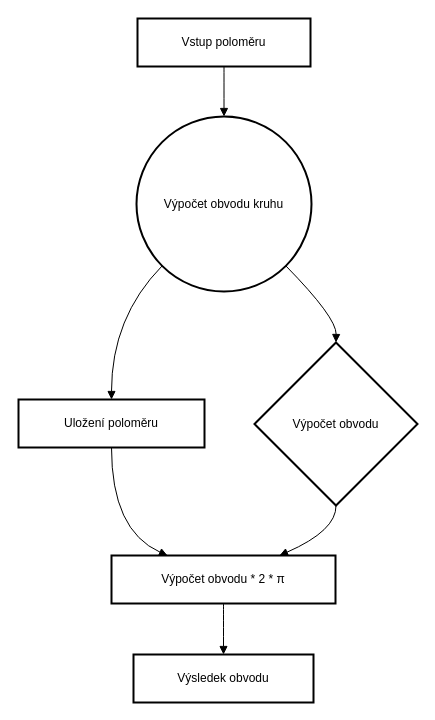
Above: Diagram bez názvu.drawio in hellotuba/diagrams (draw.io), before the change. Source tidied: cells renumbered, new cells numbered last; positions are measured from the earlier drawing's top-left corner, leaving out a move shared by most shapes. Both pictures are drawn from the tidied source at 100%, with x=0, y=0 at pixel (18, 18).
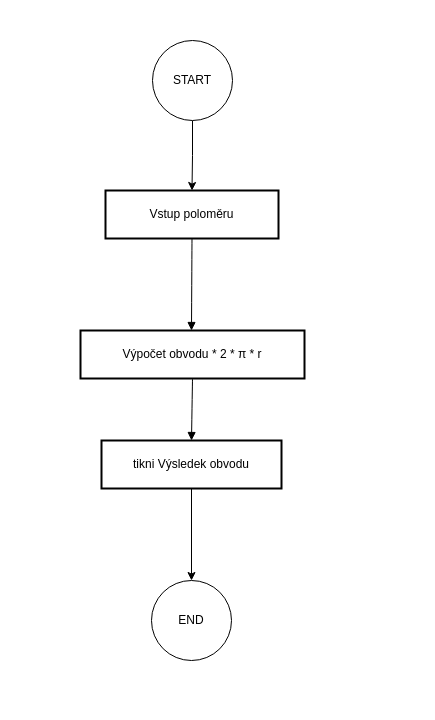
The same page after the edit.

The edit, as a diff of the source:
```diff
@@
 <mxGraphModel>
   <root>
     <mxCell id="0" />
     <mxCell id="1" parent="0" />
     <mxCell id="2" value="Vstup poloměru" style="whiteSpace=wrap;strokeWidth=2;" parent="1" vertex="1">
-      <mxGeometry x="119" width="173" height="48" as="geometry" />
+      <mxGeometry x="87" y="172" width="173" height="48" as="geometry" />
     </mxCell>
-    <mxCell id="3" value="Výpočet obvodu kruhu" style="ellipse;strokeWidth=2;whiteSpace=wrap;" parent="1" vertex="1">
-      <mxGeometry x="118" y="98" width="175" height="175" as="geometry" />
-    </mxCell>
-    <mxCell id="4" value="Uložení poloměru" style="whiteSpace=wrap;strokeWidth=2;" parent="1" vertex="1">
-      <mxGeometry y="381" width="186" height="48" as="geometry" />
-    </mxCell>
-    <mxCell id="5" value="Výpočet obvodu" style="rhombus;strokeWidth=2;whiteSpace=wrap;" parent="1" vertex="1">
-      <mxGeometry x="236" y="324" width="163" height="163" as="geometry" />
-    </mxCell>
-    <mxCell id="6" value="Výpočet obvodu * 2 * π" style="whiteSpace=wrap;strokeWidth=2;" parent="1" vertex="1">
-      <mxGeometry x="93" y="537" width="224" height="48" as="geometry" />
+    <mxCell id="6" value="Výpočet obvodu * 2 * π * r" style="whiteSpace=wrap;strokeWidth=2;" parent="1" vertex="1">
+      <mxGeometry x="62" y="312" width="224" height="48" as="geometry" />
     </mxCell>
+    <mxCell id="14" style="edgeStyle=orthogonalEdgeStyle;rounded=0;jettySize=auto;html=1;exitX=0.5;exitY=1;exitDx=0;exitDy=0;" parent="1" edge="1" source="7" target="17">
+      <mxGeometry relative="1" as="geometry" />
+    </mxCell>
-    <mxCell id="7" value="Výsledek obvodu" style="whiteSpace=wrap;strokeWidth=2;" parent="1" vertex="1">
-      <mxGeometry x="115" y="636" width="180" height="48" as="geometry" />
+    <mxCell id="7" value="tikni Výsledek obvodu" style="whiteSpace=wrap;strokeWidth=2;" parent="1" vertex="1">
+      <mxGeometry x="83" y="422" width="180" height="48" as="geometry" />
     </mxCell>
-    <mxCell id="8" style="curved=1;startArrow=none;endArrow=block;exitX=0.5;exitY=1.01;entryX=0.5;entryY=0;" parent="1" edge="1" source="2" target="3">
-      <mxGeometry relative="1" as="geometry" />
+    <mxCell id="8" style="curved=1;startArrow=none;endArrow=block;exitX=0.5;exitY=1.01;entryX=0.5;entryY=0;entryDx=0;entryDy=0;" parent="1" edge="1" source="2">
+      <mxGeometry relative="1" as="geometry">
+        <mxPoint x="173" y="312" as="targetPoint" />
+      </mxGeometry>
     </mxCell>
-    <mxCell id="9" style="curved=1;startArrow=none;endArrow=block;exitX=0;exitY=1;entryX=0.5;entryY=0.01;" parent="1" edge="1" source="3" target="4">
-      <mxGeometry relative="1" as="geometry">
-        <Array as="points">
-          <mxPoint x="93" y="299" />
-        </Array>
-      </mxGeometry>
-    </mxCell>
-    <mxCell id="10" style="curved=1;startArrow=none;endArrow=block;exitX=1;exitY=1;entryX=0.5;entryY=0;" parent="1" edge="1" source="3" target="5">
-      <mxGeometry relative="1" as="geometry">
-        <Array as="points">
-          <mxPoint x="318" y="299" />
-        </Array>
-      </mxGeometry>
-    </mxCell>
-    <mxCell id="11" style="curved=1;startArrow=none;endArrow=block;exitX=0.5;exitY=1.01;entryX=0.25;entryY=0;" parent="1" edge="1" source="4" target="6">
-      <mxGeometry relative="1" as="geometry">
-        <Array as="points">
-          <mxPoint x="93" y="512" />
-        </Array>
-      </mxGeometry>
-    </mxCell>
-    <mxCell id="12" style="curved=1;startArrow=none;endArrow=block;exitX=0.5;exitY=1;entryX=0.75;entryY=0;" parent="1" edge="1" source="5" target="6">
-      <mxGeometry relative="1" as="geometry">
-        <Array as="points">
-          <mxPoint x="318" y="512" />
-        </Array>
-      </mxGeometry>
-    </mxCell>
     <mxCell id="13" style="curved=1;startArrow=none;endArrow=block;exitX=0.5;exitY=1.01;entryX=0.5;entryY=-0.01;" parent="1" edge="1" source="6" target="7">
       <mxGeometry relative="1" as="geometry" />
     </mxCell>
+    <mxCell id="15" style="edgeStyle=orthogonalEdgeStyle;rounded=0;jettySize=auto;html=1;exitX=0.5;exitY=1;exitDx=0;exitDy=0;entryX=0.5;entryY=0;entryDx=0;entryDy=0;" parent="1" edge="1" source="16" target="2">
+      <mxGeometry relative="1" as="geometry" />
+    </mxCell>
+    <mxCell id="16" value="START" style="ellipse;whiteSpace=wrap;html=1;" parent="1" vertex="1">
+      <mxGeometry x="134" y="22" width="80" height="80" as="geometry" />
+    </mxCell>
+    <mxCell id="17" value="END" style="ellipse;whiteSpace=wrap;html=1;" parent="1" vertex="1">
+      <mxGeometry x="133" y="562" width="80" height="80" as="geometry" />
+    </mxCell>
   </root>
 </mxGraphModel>
```
